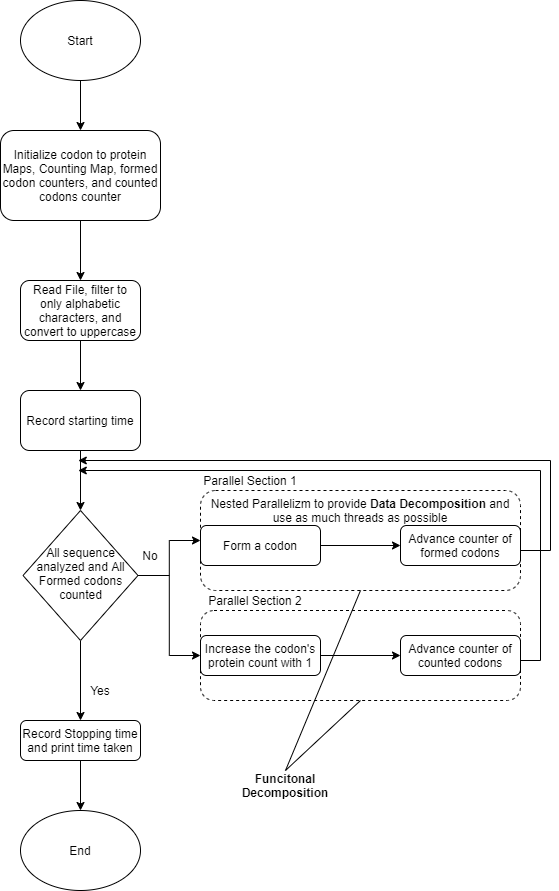
This is docs/sections.png from M-Elsaeed/OpenMP-DNA-Codons, a draw.io export, as it was before one commit. Source tidied: cells renumbered, new cells last; positions are measured from the earlier drawing's top-left corner, leaving out a move shared by most shapes.
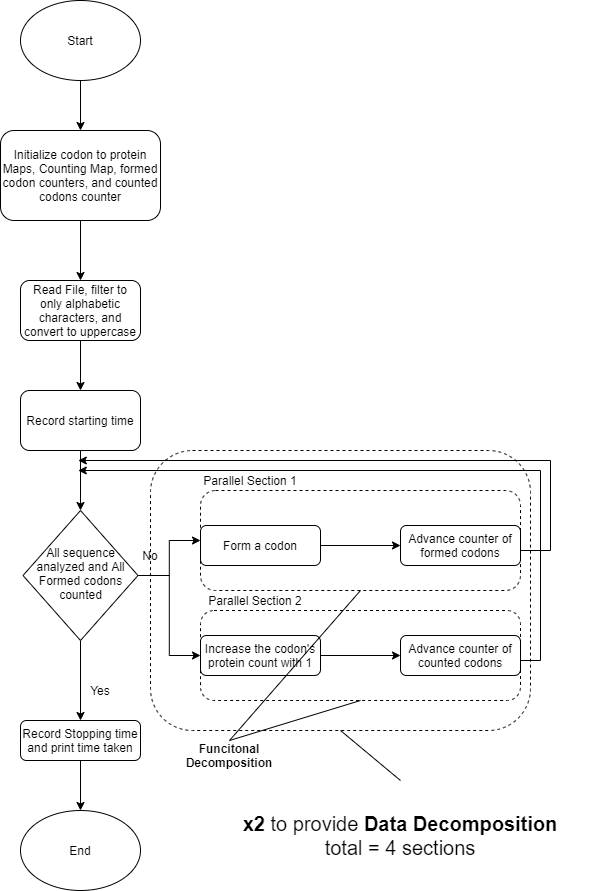
The same file after the commit.

Commit message:
updated documents for updated sections implementation

Diff of the diagram source:
```diff
@@ -103,11 +103,8 @@
     <mxCell id="30" value="No" style="text;html=1;strokeColor=none;fillColor=none;align=center;verticalAlign=middle;whiteSpace=wrap;rounded=0;" parent="1" vertex="1">
       <mxGeometry x="130" y="545" width="40" height="20" as="geometry" />
     </mxCell>
-    <mxCell id="31" value="Nested Parallelizm to provide &lt;b&gt;Data Decomposition&lt;/b&gt; and use as much threads as possible" style="text;html=1;strokeColor=none;fillColor=none;align=center;verticalAlign=middle;whiteSpace=wrap;rounded=0;" parent="1" vertex="1">
-      <mxGeometry x="208" y="500" width="304" height="20" as="geometry" />
-    </mxCell>
     <mxCell id="32" value="&lt;b&gt;Funcitonal Decomposition&lt;/b&gt;" style="text;html=1;strokeColor=none;fillColor=none;align=center;verticalAlign=middle;whiteSpace=wrap;rounded=0;" parent="1" vertex="1">
-      <mxGeometry x="240" y="770" width="90" height="30" as="geometry" />
+      <mxGeometry x="184" y="740" width="90" height="30" as="geometry" />
     </mxCell>
     <mxCell id="33" style="endArrow=none;html=1;entryX=0.5;entryY=1;entryDx=0;entryDy=0;exitX=0.5;exitY=0;exitDx=0;exitDy=0;" parent="1" edge="1" source="32" target="25">
       <mxGeometry relative="1" as="geometry" />
@@ -115,5 +112,14 @@
     <mxCell id="34" style="endArrow=none;html=1;entryX=0.5;entryY=1;entryDx=0;entryDy=0;exitX=0.5;exitY=0;exitDx=0;exitDy=0;" parent="1" edge="1" source="32" target="29">
       <mxGeometry relative="1" as="geometry" />
     </mxCell>
+    <mxCell id="35" style="rounded=1;whiteSpace=wrap;html=1;dashed=1;fillColor=none;" parent="1" vertex="1">
+      <mxGeometry x="150" y="450" width="380" height="280" as="geometry" />
+    </mxCell>
+    <mxCell id="36" value="&lt;font style=&quot;font-size: 20px&quot;&gt;&lt;b&gt;x2 &lt;/b&gt;to provide&lt;b&gt;&amp;nbsp;Data Decomposition&lt;/b&gt;&lt;br&gt;total = 4 sections&lt;br&gt;&lt;/font&gt;" style="text;html=1;strokeColor=none;fillColor=none;align=center;verticalAlign=middle;whiteSpace=wrap;rounded=0;" parent="1" vertex="1">
+      <mxGeometry x="210" y="780" width="380" height="110" as="geometry" />
+    </mxCell>
+    <mxCell id="37" style="endArrow=none;html=1;entryX=0.5;entryY=1;entryDx=0;entryDy=0;exitX=0.5;exitY=0;exitDx=0;exitDy=0;" parent="1" edge="1" source="36" target="35">
+      <mxGeometry relative="1" as="geometry" />
+    </mxCell>
   </root>
 </mxGraphModel>
```
